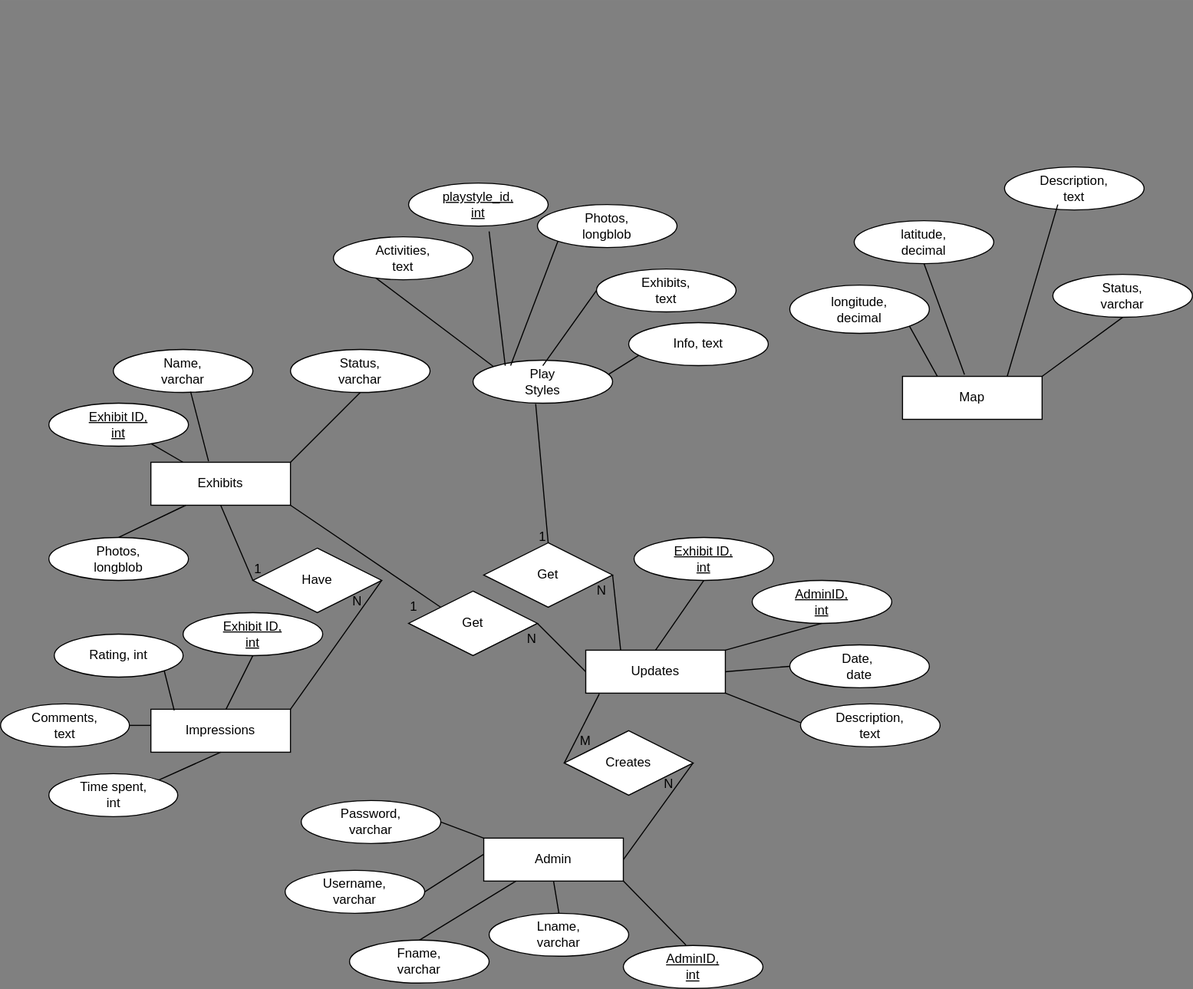
Before: documentation/databaseERdiagram.svg, a diagram exported from draw.io (shrncr/GCM). Source tidied: cells renumbered, new cells last; positions are measured from the earlier drawing's top-left corner, leaving out a move shared by most shapes.
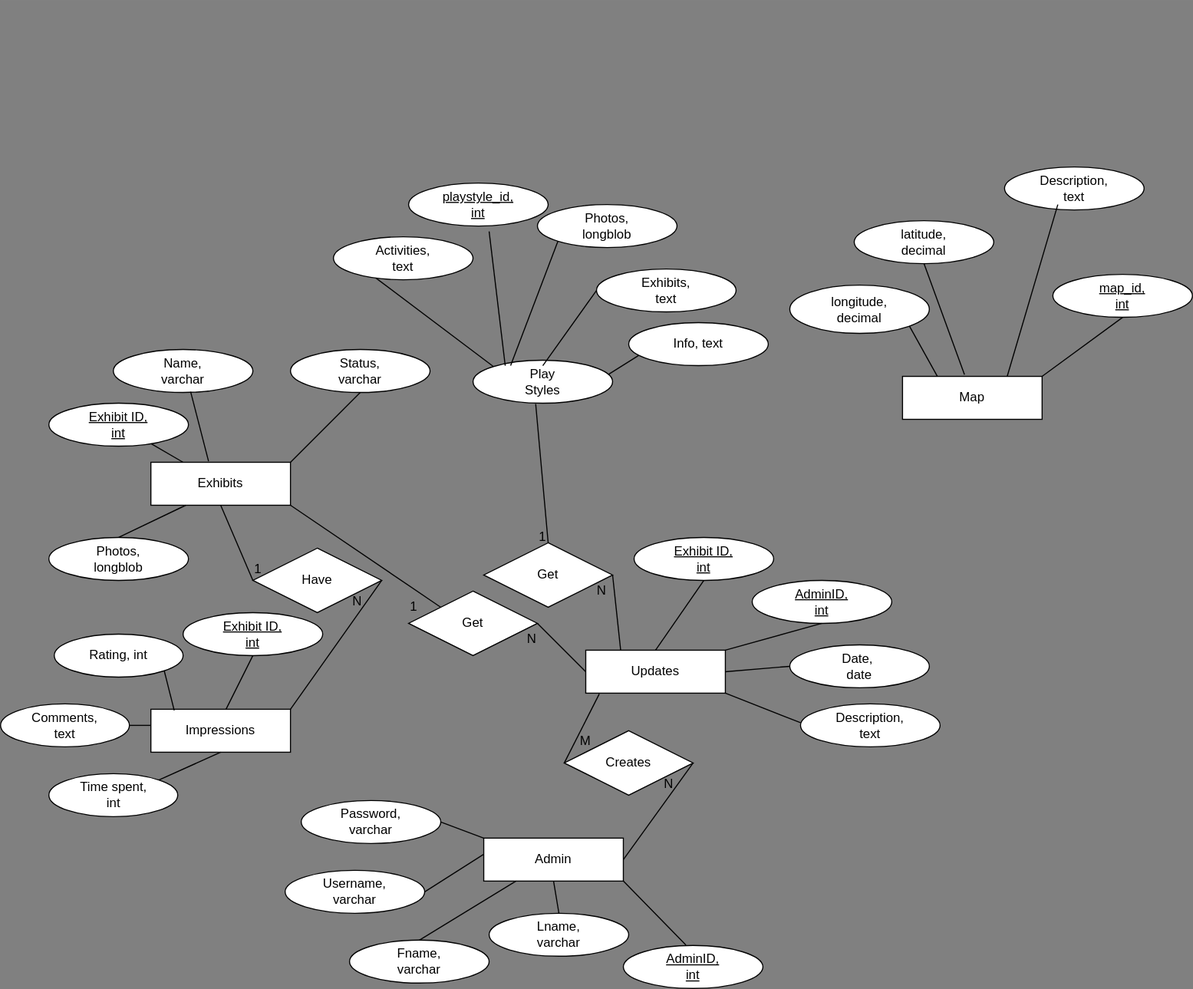
The same file after the commit.

Commit message:
updated er diagram, deleted old

The edit, as a diff of the source:
```diff
@@ -362,7 +362,7 @@
     <mxCell id="110" value="latitude,&lt;br&gt;decimal" style="text;strokeColor=none;align=center;fillColor=none;html=1;verticalAlign=middle;whiteSpace=wrap;rounded=0;" parent="1" vertex="1">
       <mxGeometry x="830" y="210" width="60" height="30" as="geometry" />
     </mxCell>
-    <mxCell id="111" value="Status, varchar" style="text;strokeColor=none;align=center;fillColor=none;html=1;verticalAlign=middle;whiteSpace=wrap;rounded=0;" parent="1" vertex="1">
+    <mxCell id="111" value="&lt;u&gt;map_id, int&lt;/u&gt;" style="text;strokeColor=none;align=center;fillColor=none;html=1;verticalAlign=middle;whiteSpace=wrap;rounded=0;" parent="1" vertex="1">
       <mxGeometry x="1015" y="260" width="60" height="30" as="geometry" />
     </mxCell>
     <mxCell id="112" style="endArrow=none;html=1;rounded=0;exitX=0.444;exitY=-0.042;exitDx=0;exitDy=0;exitPerimeter=0;entryX=0.5;entryY=1;entryDx=0;entryDy=0;" parent="1" edge="1" source="104" target="107">
```
